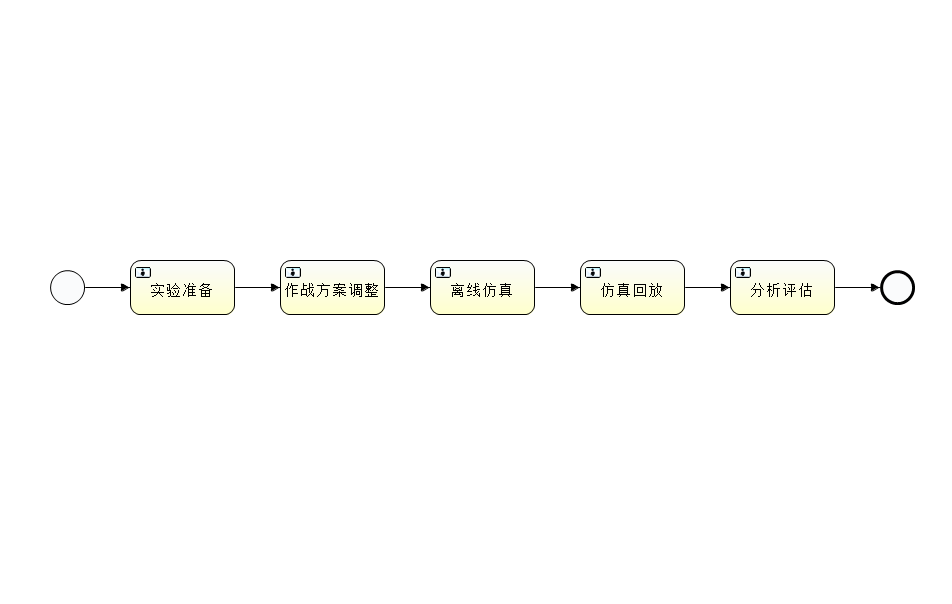
Earlier version of the BPMN export src/main/resources/diagrams/experiment/experiment.png (Amayadream/Activiti-demo). Its source is kept beside it as src/main/resources/diagrams/experiment/experiment.bpmn. Ids are renumbered. The source it was exported from:
```xml
<definitions xmlns="http://www.omg.org/spec/BPMN/20100524/MODEL" xmlns:xsi="http://www.w3.org/2001/XMLSchema-instance" xmlns:xsd="http://www.w3.org/2001/XMLSchema" xmlns:activiti="http://activiti.org/bpmn" xmlns:bpmndi="http://www.omg.org/spec/BPMN/20100524/DI" xmlns:omgdc="http://www.omg.org/spec/DD/20100524/DC" xmlns:omgdi="http://www.omg.org/spec/DD/20100524/DI" typeLanguage="http://www.w3.org/2001/XMLSchema" expressionLanguage="http://www.w3.org/1999/XPath" targetNamespace="http://www.activiti.org/experiment">
  <process id="experiment" name="实验训练方案" isExecutable="true">
    <startEvent id="start" name="实验开始"></startEvent>
    <userTask id="step1" name="实验准备"></userTask>
    <sequenceFlow id="flow1" sourceRef="start" targetRef="step1"></sequenceFlow>
    <userTask id="step2" name="作战方案调整"></userTask>
    <sequenceFlow id="flow2" sourceRef="step1" targetRef="step2"></sequenceFlow>
    <userTask id="step3" name="离线仿真"></userTask>
    <sequenceFlow id="flow3" sourceRef="step2" targetRef="step3"></sequenceFlow>
    <userTask id="step4" name="仿真回放"></userTask>
    <sequenceFlow id="flow4" sourceRef="step3" targetRef="step4"></sequenceFlow>
    <userTask id="step5" name="分析评估"></userTask>
    <sequenceFlow id="flow5" sourceRef="step4" targetRef="step5"></sequenceFlow>
    <endEvent id="end" name="实验结束"></endEvent>
    <sequenceFlow id="flow6" sourceRef="step5" targetRef="end"></sequenceFlow>
  </process>
  <bpmndi:BPMNDiagram id="BPMNDiagram_experiment">
    <bpmndi:BPMNPlane bpmnElement="experiment" id="BPMNPlane_experiment">
      <bpmndi:BPMNShape bpmnElement="start" id="BPMNShape_start">
        <omgdc:Bounds height="35.0" width="35.0" x="50.0" y="270.0"></omgdc:Bounds>
      </bpmndi:BPMNShape>
      <bpmndi:BPMNShape bpmnElement="step1" id="BPMNShape_step1">
        <omgdc:Bounds height="55.0" width="105.0" x="130.0" y="260.0"></omgdc:Bounds>
      </bpmndi:BPMNShape>
      <bpmndi:BPMNShape bpmnElement="step2" id="BPMNShape_step2">
        <omgdc:Bounds height="55.0" width="105.0" x="280.0" y="260.0"></omgdc:Bounds>
      </bpmndi:BPMNShape>
      <bpmndi:BPMNShape bpmnElement="step3" id="BPMNShape_step3">
        <omgdc:Bounds height="55.0" width="105.0" x="430.0" y="260.0"></omgdc:Bounds>
      </bpmndi:BPMNShape>
      <bpmndi:BPMNShape bpmnElement="step4" id="BPMNShape_step4">
        <omgdc:Bounds height="55.0" width="105.0" x="580.0" y="260.0"></omgdc:Bounds>
      </bpmndi:BPMNShape>
      <bpmndi:BPMNShape bpmnElement="step5" id="BPMNShape_step5">
        <omgdc:Bounds height="55.0" width="105.0" x="730.0" y="260.0"></omgdc:Bounds>
      </bpmndi:BPMNShape>
      <bpmndi:BPMNShape bpmnElement="end" id="BPMNShape_end">
        <omgdc:Bounds height="35.0" width="35.0" x="880.0" y="270.0"></omgdc:Bounds>
      </bpmndi:BPMNShape>
      <bpmndi:BPMNEdge bpmnElement="flow1" id="BPMNEdge_flow1">
        <omgdi:waypoint x="85.0" y="287.0"></omgdi:waypoint>
        <omgdi:waypoint x="130.0" y="287.0"></omgdi:waypoint>
      </bpmndi:BPMNEdge>
      <bpmndi:BPMNEdge bpmnElement="flow2" id="BPMNEdge_flow2">
        <omgdi:waypoint x="235.0" y="287.0"></omgdi:waypoint>
        <omgdi:waypoint x="280.0" y="287.0"></omgdi:waypoint>
      </bpmndi:BPMNEdge>
      <bpmndi:BPMNEdge bpmnElement="flow3" id="BPMNEdge_flow3">
        <omgdi:waypoint x="385.0" y="287.0"></omgdi:waypoint>
        <omgdi:waypoint x="430.0" y="287.0"></omgdi:waypoint>
      </bpmndi:BPMNEdge>
      <bpmndi:BPMNEdge bpmnElement="flow4" id="BPMNEdge_flow4">
        <omgdi:waypoint x="535.0" y="287.0"></omgdi:waypoint>
        <omgdi:waypoint x="580.0" y="287.0"></omgdi:waypoint>
      </bpmndi:BPMNEdge>
      <bpmndi:BPMNEdge bpmnElement="flow5" id="BPMNEdge_flow5">
        <omgdi:waypoint x="685.0" y="287.0"></omgdi:waypoint>
        <omgdi:waypoint x="730.0" y="287.0"></omgdi:waypoint>
      </bpmndi:BPMNEdge>
      <bpmndi:BPMNEdge bpmnElement="flow6" id="BPMNEdge_flow6">
        <omgdi:waypoint x="835.0" y="287.0"></omgdi:waypoint>
        <omgdi:waypoint x="880.0" y="287.0"></omgdi:waypoint>
      </bpmndi:BPMNEdge>
    </bpmndi:BPMNPlane>
  </bpmndi:BPMNDiagram>
</definitions>
```
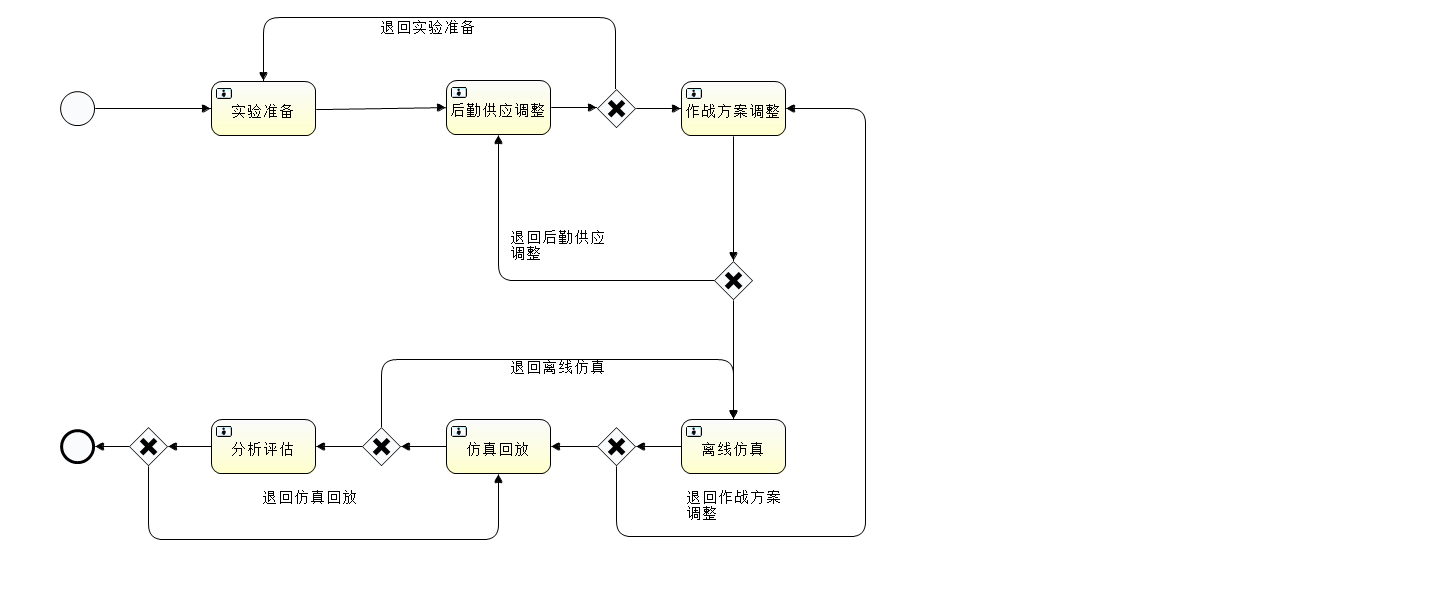
Above is the later version.

Diff of the diagram source:
```diff
@@ -1,65 +1,171 @@
 <definitions xmlns="http://www.omg.org/spec/BPMN/20100524/MODEL" xmlns:xsi="http://www.w3.org/2001/XMLSchema-instance" xmlns:xsd="http://www.w3.org/2001/XMLSchema" xmlns:activiti="http://activiti.org/bpmn" xmlns:bpmndi="http://www.omg.org/spec/BPMN/20100524/DI" xmlns:omgdc="http://www.omg.org/spec/DD/20100524/DC" xmlns:omgdi="http://www.omg.org/spec/DD/20100524/DI" typeLanguage="http://www.w3.org/2001/XMLSchema" expressionLanguage="http://www.w3.org/1999/XPath" targetNamespace="http://www.activiti.org/experiment">
-  <process id="experiment" name="实验训练方案" isExecutable="true">
+  <process id="experiment" name="实验教学方案" isExecutable="true">
+    <documentation>实验教学方案</documentation>
     <startEvent id="start" name="实验开始"></startEvent>
-    <userTask id="step1" name="实验准备"></userTask>
-    <sequenceFlow id="flow1" sourceRef="start" targetRef="step1"></sequenceFlow>
-    <userTask id="step2" name="作战方案调整"></userTask>
-    <sequenceFlow id="flow2" sourceRef="step1" targetRef="step2"></sequenceFlow>
-    <userTask id="step3" name="离线仿真"></userTask>
-    <sequenceFlow id="flow3" sourceRef="step2" targetRef="step3"></sequenceFlow>
-    <userTask id="step4" name="仿真回放"></userTask>
-    <sequenceFlow id="flow4" sourceRef="step3" targetRef="step4"></sequenceFlow>
-    <userTask id="step5" name="分析评估"></userTask>
-    <sequenceFlow id="flow5" sourceRef="step4" targetRef="step5"></sequenceFlow>
+    <userTask id="experimentPrepare" name="实验准备" activiti:candidateGroups="teacher"></userTask>
+    <sequenceFlow id="flow1" sourceRef="start" targetRef="experimentPrepare"></sequenceFlow>
+    <userTask id="supplyChange" name="后勤供应调整" activiti:candidateGroups="teacher"></userTask>
+    <exclusiveGateway id="exclusivegateway1" name="Exclusive Gateway"></exclusiveGateway>
+    <sequenceFlow id="flow3" sourceRef="supplyChange" targetRef="exclusivegateway1"></sequenceFlow>
+    <userTask id="planChange" name="作战方案调整" activiti:candidateGroups="student"></userTask>
+    <sequenceFlow id="flow5" sourceRef="exclusivegateway1" targetRef="planChange" skipExpression="${pass}"></sequenceFlow>
+    <exclusiveGateway id="exclusivegateway2" name="Exclusive Gateway"></exclusiveGateway>
+    <sequenceFlow id="flow6" sourceRef="planChange" targetRef="exclusivegateway2"></sequenceFlow>
+    <userTask id="startSim" name="离线仿真" activiti:candidateGroups="student"></userTask>
+    <sequenceFlow id="flow8" sourceRef="exclusivegateway2" targetRef="startSim" skipExpression="${pass}"></sequenceFlow>
+    <exclusiveGateway id="exclusivegateway3" name="Exclusive Gateway"></exclusiveGateway>
+    <userTask id="playbackSim" name="仿真回放" activiti:candidateGroups="student"></userTask>
+    <sequenceFlow id="flow11" sourceRef="exclusivegateway3" targetRef="playbackSim" skipExpression="${pass}"></sequenceFlow>
+    <exclusiveGateway id="exclusivegateway4" name="Exclusive Gateway"></exclusiveGateway>
+    <sequenceFlow id="flow12" sourceRef="playbackSim" targetRef="exclusivegateway4"></sequenceFlow>
+    <userTask id="analysis" name="分析评估" activiti:candidateGroups="${applyUserId}"></userTask>
+    <sequenceFlow id="flow2" sourceRef="experimentPrepare" targetRef="supplyChange"></sequenceFlow>
+    <sequenceFlow id="flow4" name="退回实验准备" sourceRef="exclusivegateway1" targetRef="experimentPrepare" skipExpression="${!pass}"></sequenceFlow>
+    <sequenceFlow id="flow7" name="退回后勤供应调整" sourceRef="exclusivegateway2" targetRef="supplyChange" skipExpression="${!pass}"></sequenceFlow>
+    <sequenceFlow id="flow10" name="退回作战方案调整" sourceRef="exclusivegateway3" targetRef="planChange" skipExpression="${!pass}"></sequenceFlow>
+    <sequenceFlow id="flow13" name="退回离线仿真" sourceRef="exclusivegateway4" targetRef="startSim" skipExpression="${!pass}"></sequenceFlow>
+    <exclusiveGateway id="exclusivegateway5" name="Exclusive Gateway"></exclusiveGateway>
+    <sequenceFlow id="flow15" sourceRef="analysis" targetRef="exclusivegateway5"></sequenceFlow>
     <endEvent id="end" name="实验结束"></endEvent>
-    <sequenceFlow id="flow6" sourceRef="step5" targetRef="end"></sequenceFlow>
+    <sequenceFlow id="flow16" name="退回仿真回放" sourceRef="exclusivegateway5" targetRef="playbackSim" skipExpression="${!pass}"></sequenceFlow>
+    <sequenceFlow id="flow17" sourceRef="exclusivegateway5" targetRef="end" skipExpression="${pass}"></sequenceFlow>
+    <sequenceFlow id="flow14" sourceRef="exclusivegateway4" targetRef="analysis" skipExpression="${pass}"></sequenceFlow>
+    <sequenceFlow id="flow9" sourceRef="startSim" targetRef="exclusivegateway3"></sequenceFlow>
   </process>
   <bpmndi:BPMNDiagram id="BPMNDiagram_experiment">
     <bpmndi:BPMNPlane bpmnElement="experiment" id="BPMNPlane_experiment">
       <bpmndi:BPMNShape bpmnElement="start" id="BPMNShape_start">
-        <omgdc:Bounds height="35.0" width="35.0" x="50.0" y="270.0"></omgdc:Bounds>
+        <omgdc:Bounds height="35.0" width="35.0" x="60.0" y="91.0"></omgdc:Bounds>
       </bpmndi:BPMNShape>
-      <bpmndi:BPMNShape bpmnElement="step1" id="BPMNShape_step1">
-        <omgdc:Bounds height="55.0" width="105.0" x="130.0" y="260.0"></omgdc:Bounds>
+      <bpmndi:BPMNShape bpmnElement="experimentPrepare" id="BPMNShape_experimentPrepare">
+        <omgdc:Bounds height="55.0" width="105.0" x="211.0" y="81.0"></omgdc:Bounds>
       </bpmndi:BPMNShape>
-      <bpmndi:BPMNShape bpmnElement="step2" id="BPMNShape_step2">
-        <omgdc:Bounds height="55.0" width="105.0" x="280.0" y="260.0"></omgdc:Bounds>
+      <bpmndi:BPMNShape bpmnElement="supplyChange" id="BPMNShape_supplyChange">
+        <omgdc:Bounds height="55.0" width="105.0" x="446.0" y="80.0"></omgdc:Bounds>
       </bpmndi:BPMNShape>
-      <bpmndi:BPMNShape bpmnElement="step3" id="BPMNShape_step3">
-        <omgdc:Bounds height="55.0" width="105.0" x="430.0" y="260.0"></omgdc:Bounds>
+      <bpmndi:BPMNShape bpmnElement="exclusivegateway1" id="BPMNShape_exclusivegateway1">
+        <omgdc:Bounds height="40.0" width="40.0" x="596.0" y="88.0"></omgdc:Bounds>
       </bpmndi:BPMNShape>
-      <bpmndi:BPMNShape bpmnElement="step4" id="BPMNShape_step4">
-        <omgdc:Bounds height="55.0" width="105.0" x="580.0" y="260.0"></omgdc:Bounds>
+      <bpmndi:BPMNShape bpmnElement="planChange" id="BPMNShape_planChange">
+        <omgdc:Bounds height="55.0" width="105.0" x="681.0" y="81.0"></omgdc:Bounds>
       </bpmndi:BPMNShape>
-      <bpmndi:BPMNShape bpmnElement="step5" id="BPMNShape_step5">
-        <omgdc:Bounds height="55.0" width="105.0" x="730.0" y="260.0"></omgdc:Bounds>
+      <bpmndi:BPMNShape bpmnElement="exclusivegateway2" id="BPMNShape_exclusivegateway2">
+        <omgdc:Bounds height="40.0" width="40.0" x="713.0" y="260.0"></omgdc:Bounds>
+      </bpmndi:BPMNShape>
+      <bpmndi:BPMNShape bpmnElement="startSim" id="BPMNShape_startSim">
+        <omgdc:Bounds height="55.0" width="105.0" x="681.0" y="419.0"></omgdc:Bounds>
+      </bpmndi:BPMNShape>
+      <bpmndi:BPMNShape bpmnElement="exclusivegateway3" id="BPMNShape_exclusivegateway3">
+        <omgdc:Bounds height="40.0" width="40.0" x="596.0" y="426.0"></omgdc:Bounds>
+      </bpmndi:BPMNShape>
+      <bpmndi:BPMNShape bpmnElement="playbackSim" id="BPMNShape_playbackSim">
+        <omgdc:Bounds height="55.0" width="105.0" x="446.0" y="419.0"></omgdc:Bounds>
+      </bpmndi:BPMNShape>
+      <bpmndi:BPMNShape bpmnElement="exclusivegateway4" id="BPMNShape_exclusivegateway4">
+        <omgdc:Bounds height="40.0" width="40.0" x="361.0" y="426.0"></omgdc:Bounds>
+      </bpmndi:BPMNShape>
+      <bpmndi:BPMNShape bpmnElement="analysis" id="BPMNShape_analysis">
+        <omgdc:Bounds height="55.0" width="105.0" x="211.0" y="419.0"></omgdc:Bounds>
+      </bpmndi:BPMNShape>
+      <bpmndi:BPMNShape bpmnElement="exclusivegateway5" id="BPMNShape_exclusivegateway5">
+        <omgdc:Bounds height="40.0" width="40.0" x="128.0" y="426.0"></omgdc:Bounds>
       </bpmndi:BPMNShape>
       <bpmndi:BPMNShape bpmnElement="end" id="BPMNShape_end">
-        <omgdc:Bounds height="35.0" width="35.0" x="880.0" y="270.0"></omgdc:Bounds>
+        <omgdc:Bounds height="35.0" width="35.0" x="60.0" y="429.0"></omgdc:Bounds>
       </bpmndi:BPMNShape>
       <bpmndi:BPMNEdge bpmnElement="flow1" id="BPMNEdge_flow1">
-        <omgdi:waypoint x="85.0" y="287.0"></omgdi:waypoint>
-        <omgdi:waypoint x="130.0" y="287.0"></omgdi:waypoint>
+        <omgdi:waypoint x="95.0" y="108.0"></omgdi:waypoint>
+        <omgdi:waypoint x="211.0" y="108.0"></omgdi:waypoint>
+      </bpmndi:BPMNEdge>
+      <bpmndi:BPMNEdge bpmnElement="flow3" id="BPMNEdge_flow3">
+        <omgdi:waypoint x="551.0" y="107.0"></omgdi:waypoint>
+        <omgdi:waypoint x="596.0" y="108.0"></omgdi:waypoint>
+      </bpmndi:BPMNEdge>
+      <bpmndi:BPMNEdge bpmnElement="flow5" id="BPMNEdge_flow5">
+        <omgdi:waypoint x="636.0" y="108.0"></omgdi:waypoint>
+        <omgdi:waypoint x="681.0" y="108.0"></omgdi:waypoint>
+      </bpmndi:BPMNEdge>
+      <bpmndi:BPMNEdge bpmnElement="flow6" id="BPMNEdge_flow6">
+        <omgdi:waypoint x="733.0" y="136.0"></omgdi:waypoint>
+        <omgdi:waypoint x="733.0" y="260.0"></omgdi:waypoint>
+      </bpmndi:BPMNEdge>
+      <bpmndi:BPMNEdge bpmnElement="flow8" id="BPMNEdge_flow8">
+        <omgdi:waypoint x="733.0" y="300.0"></omgdi:waypoint>
+        <omgdi:waypoint x="733.0" y="419.0"></omgdi:waypoint>
+      </bpmndi:BPMNEdge>
+      <bpmndi:BPMNEdge bpmnElement="flow11" id="BPMNEdge_flow11">
+        <omgdi:waypoint x="596.0" y="446.0"></omgdi:waypoint>
+        <omgdi:waypoint x="551.0" y="446.0"></omgdi:waypoint>
+      </bpmndi:BPMNEdge>
+      <bpmndi:BPMNEdge bpmnElement="flow12" id="BPMNEdge_flow12">
+        <omgdi:waypoint x="446.0" y="446.0"></omgdi:waypoint>
+        <omgdi:waypoint x="401.0" y="446.0"></omgdi:waypoint>
       </bpmndi:BPMNEdge>
       <bpmndi:BPMNEdge bpmnElement="flow2" id="BPMNEdge_flow2">
-        <omgdi:waypoint x="235.0" y="287.0"></omgdi:waypoint>
-        <omgdi:waypoint x="280.0" y="287.0"></omgdi:waypoint>
-      </bpmndi:BPMNEdge>
-      <bpmndi:BPMNEdge bpmnElement="flow3" id="BPMNEdge_flow3">
-        <omgdi:waypoint x="385.0" y="287.0"></omgdi:waypoint>
-        <omgdi:waypoint x="430.0" y="287.0"></omgdi:waypoint>
+        <omgdi:waypoint x="316.0" y="108.0"></omgdi:waypoint>
+        <omgdi:waypoint x="446.0" y="107.0"></omgdi:waypoint>
       </bpmndi:BPMNEdge>
       <bpmndi:BPMNEdge bpmnElement="flow4" id="BPMNEdge_flow4">
-        <omgdi:waypoint x="535.0" y="287.0"></omgdi:waypoint>
-        <omgdi:waypoint x="580.0" y="287.0"></omgdi:waypoint>
+        <omgdi:waypoint x="616.0" y="88.0"></omgdi:waypoint>
+        <omgdi:waypoint x="615.0" y="17.0"></omgdi:waypoint>
+        <omgdi:waypoint x="263.0" y="17.0"></omgdi:waypoint>
+        <omgdi:waypoint x="263.0" y="81.0"></omgdi:waypoint>
+        <bpmndi:BPMNLabel>
+          <omgdc:Bounds height="16.0" width="96.0" x="381.0" y="21.0"></omgdc:Bounds>
+        </bpmndi:BPMNLabel>
       </bpmndi:BPMNEdge>
-      <bpmndi:BPMNEdge bpmnElement="flow5" id="BPMNEdge_flow5">
-        <omgdi:waypoint x="685.0" y="287.0"></omgdi:waypoint>
-        <omgdi:waypoint x="730.0" y="287.0"></omgdi:waypoint>
+      <bpmndi:BPMNEdge bpmnElement="flow7" id="BPMNEdge_flow7">
+        <omgdi:waypoint x="713.0" y="280.0"></omgdi:waypoint>
+        <omgdi:waypoint x="498.0" y="280.0"></omgdi:waypoint>
+        <omgdi:waypoint x="498.0" y="135.0"></omgdi:waypoint>
+        <bpmndi:BPMNLabel>
+          <omgdc:Bounds height="48.0" width="100.0" x="511.0" y="230.0"></omgdc:Bounds>
+        </bpmndi:BPMNLabel>
       </bpmndi:BPMNEdge>
-      <bpmndi:BPMNEdge bpmnElement="flow6" id="BPMNEdge_flow6">
-        <omgdi:waypoint x="835.0" y="287.0"></omgdi:waypoint>
-        <omgdi:waypoint x="880.0" y="287.0"></omgdi:waypoint>
+      <bpmndi:BPMNEdge bpmnElement="flow10" id="BPMNEdge_flow10">
+        <omgdi:waypoint x="616.0" y="466.0"></omgdi:waypoint>
+        <omgdi:waypoint x="616.0" y="536.0"></omgdi:waypoint>
+        <omgdi:waypoint x="740.0" y="536.0"></omgdi:waypoint>
+        <omgdi:waypoint x="865.0" y="536.0"></omgdi:waypoint>
+        <omgdi:waypoint x="865.0" y="108.0"></omgdi:waypoint>
+        <omgdi:waypoint x="786.0" y="108.0"></omgdi:waypoint>
+        <bpmndi:BPMNLabel>
+          <omgdc:Bounds height="48.0" width="100.0" x="686.0" y="489.0"></omgdc:Bounds>
+        </bpmndi:BPMNLabel>
+      </bpmndi:BPMNEdge>
+      <bpmndi:BPMNEdge bpmnElement="flow13" id="BPMNEdge_flow13">
+        <omgdi:waypoint x="381.0" y="426.0"></omgdi:waypoint>
+        <omgdi:waypoint x="381.0" y="359.0"></omgdi:waypoint>
+        <omgdi:waypoint x="733.0" y="359.0"></omgdi:waypoint>
+        <omgdi:waypoint x="733.0" y="419.0"></omgdi:waypoint>
+        <bpmndi:BPMNLabel>
+          <omgdc:Bounds height="16.0" width="96.0" x="510.0" y="361.0"></omgdc:Bounds>
+        </bpmndi:BPMNLabel>
+      </bpmndi:BPMNEdge>
+      <bpmndi:BPMNEdge bpmnElement="flow15" id="BPMNEdge_flow15">
+        <omgdi:waypoint x="211.0" y="446.0"></omgdi:waypoint>
+        <omgdi:waypoint x="168.0" y="446.0"></omgdi:waypoint>
+      </bpmndi:BPMNEdge>
+      <bpmndi:BPMNEdge bpmnElement="flow16" id="BPMNEdge_flow16">
+        <omgdi:waypoint x="148.0" y="466.0"></omgdi:waypoint>
+        <omgdi:waypoint x="148.0" y="539.0"></omgdi:waypoint>
+        <omgdi:waypoint x="498.0" y="539.0"></omgdi:waypoint>
+        <omgdi:waypoint x="498.0" y="474.0"></omgdi:waypoint>
+        <bpmndi:BPMNLabel>
+          <omgdc:Bounds height="16.0" width="96.0" x="262.0" y="489.0"></omgdc:Bounds>
+        </bpmndi:BPMNLabel>
+      </bpmndi:BPMNEdge>
+      <bpmndi:BPMNEdge bpmnElement="flow17" id="BPMNEdge_flow17">
+        <omgdi:waypoint x="128.0" y="446.0"></omgdi:waypoint>
+        <omgdi:waypoint x="95.0" y="446.0"></omgdi:waypoint>
+      </bpmndi:BPMNEdge>
+      <bpmndi:BPMNEdge bpmnElement="flow14" id="BPMNEdge_flow14">
+        <omgdi:waypoint x="361.0" y="446.0"></omgdi:waypoint>
+        <omgdi:waypoint x="316.0" y="446.0"></omgdi:waypoint>
+      </bpmndi:BPMNEdge>
+      <bpmndi:BPMNEdge bpmnElement="flow9" id="BPMNEdge_flow9">
+        <omgdi:waypoint x="681.0" y="446.0"></omgdi:waypoint>
+        <omgdi:waypoint x="636.0" y="446.0"></omgdi:waypoint>
       </bpmndi:BPMNEdge>
     </bpmndi:BPMNPlane>
   </bpmndi:BPMNDiagram>
```
